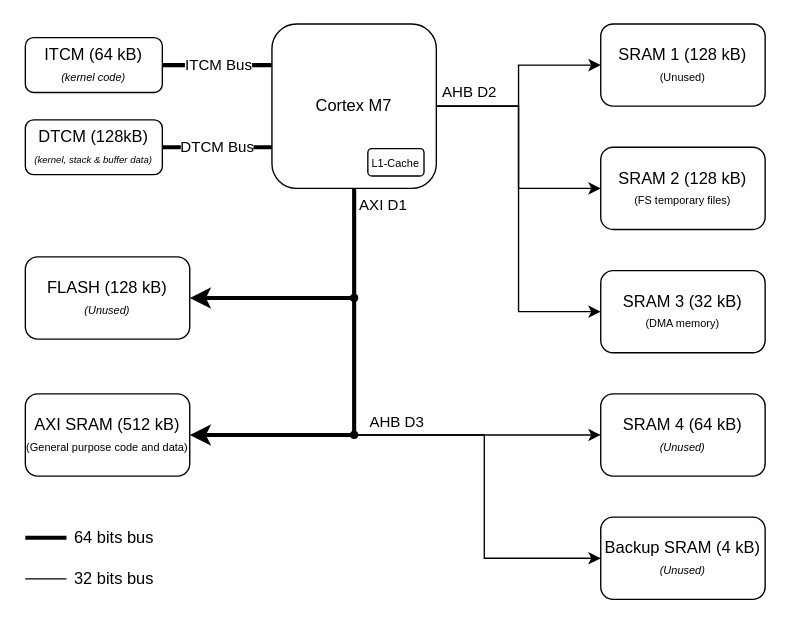
Before: doc/memory-management/STM32H750_memory_schem.drawio in TOLOSAT/flight-software, a draw.io diagram. Source tidied: cells renumbered, new cells numbered last; positions are measured from the earlier drawing's top-left corner, leaving out a move shared by most shapes. Both pictures are drawn from the tidied source at 137%, with x=0, y=0 at pixel (25, 23).
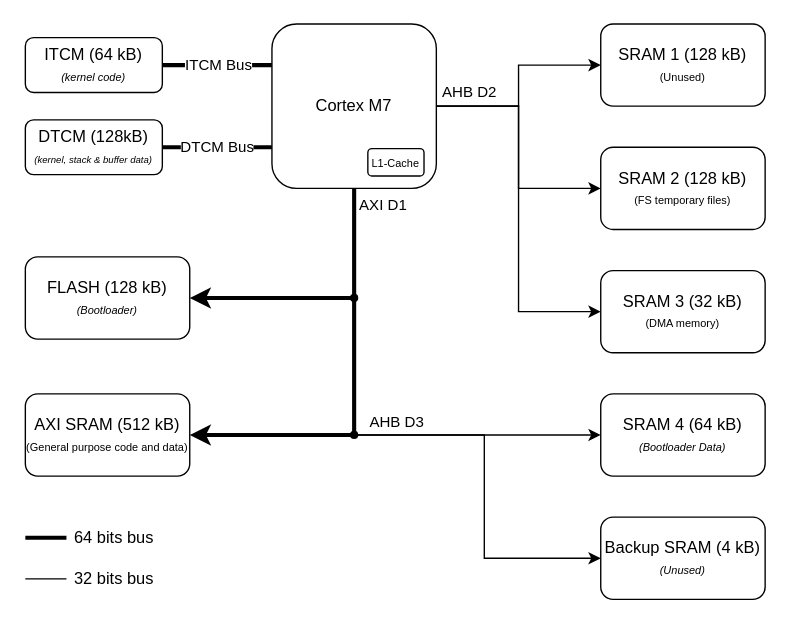
Above is the later version.

Commit message (it also covers changes not shown here):
Bootloader working

The edit, as a diff of the source:
```diff
@@
-    <mxCell id="15" value="SRAM 4 (64 kB)&lt;br&gt;&lt;i style=&quot;border-color: var(--border-color); font-size: 8px;&quot;&gt;(Unused)&lt;/i&gt;" style="rounded=1;whiteSpace=wrap;html=1;" parent="1" vertex="1">
+    <mxCell id="15" value="SRAM 4 (64 kB)&lt;br&gt;&lt;i style=&quot;border-color: var(--border-color); font-size: 8px;&quot;&gt;(Bootloader Data)&lt;/i&gt;" style="rounded=1;whiteSpace=wrap;html=1;" parent="1" vertex="1">
       <mxGeometry x="420" y="270" width="120" height="60" as="geometry" />
     </mxCell>
@@
-    <mxCell id="19" value="FLASH (128 kB)&lt;br&gt;&lt;font style=&quot;font-size: 8px;&quot;&gt;&lt;i&gt;(Unused)&lt;/i&gt;&lt;/font&gt;" style="rounded=1;whiteSpace=wrap;html=1;" parent="1" vertex="1">
+    <mxCell id="19" value="FLASH (128 kB)&lt;br&gt;&lt;font style=&quot;font-size: 8px;&quot;&gt;&lt;i&gt;(Bootloader)&lt;/i&gt;&lt;/font&gt;" style="rounded=1;whiteSpace=wrap;html=1;" parent="1" vertex="1">
       <mxGeometry y="170" width="120" height="60" as="geometry" />
     </mxCell>
```
